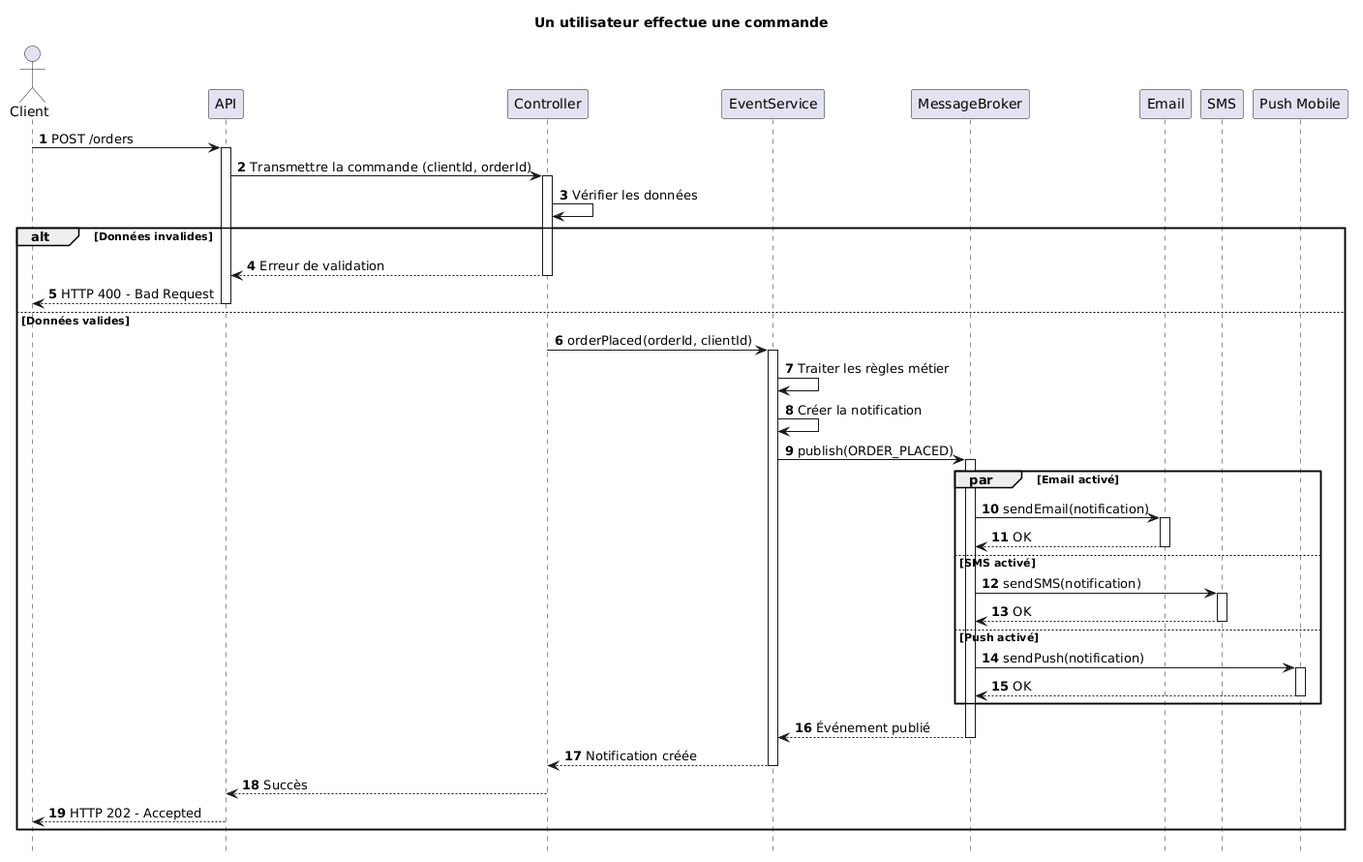
Above: exercice3/diagram/diagram_sequence_order_placed.png in erwann44540/exercice-coisi (PlantUML), before the change.
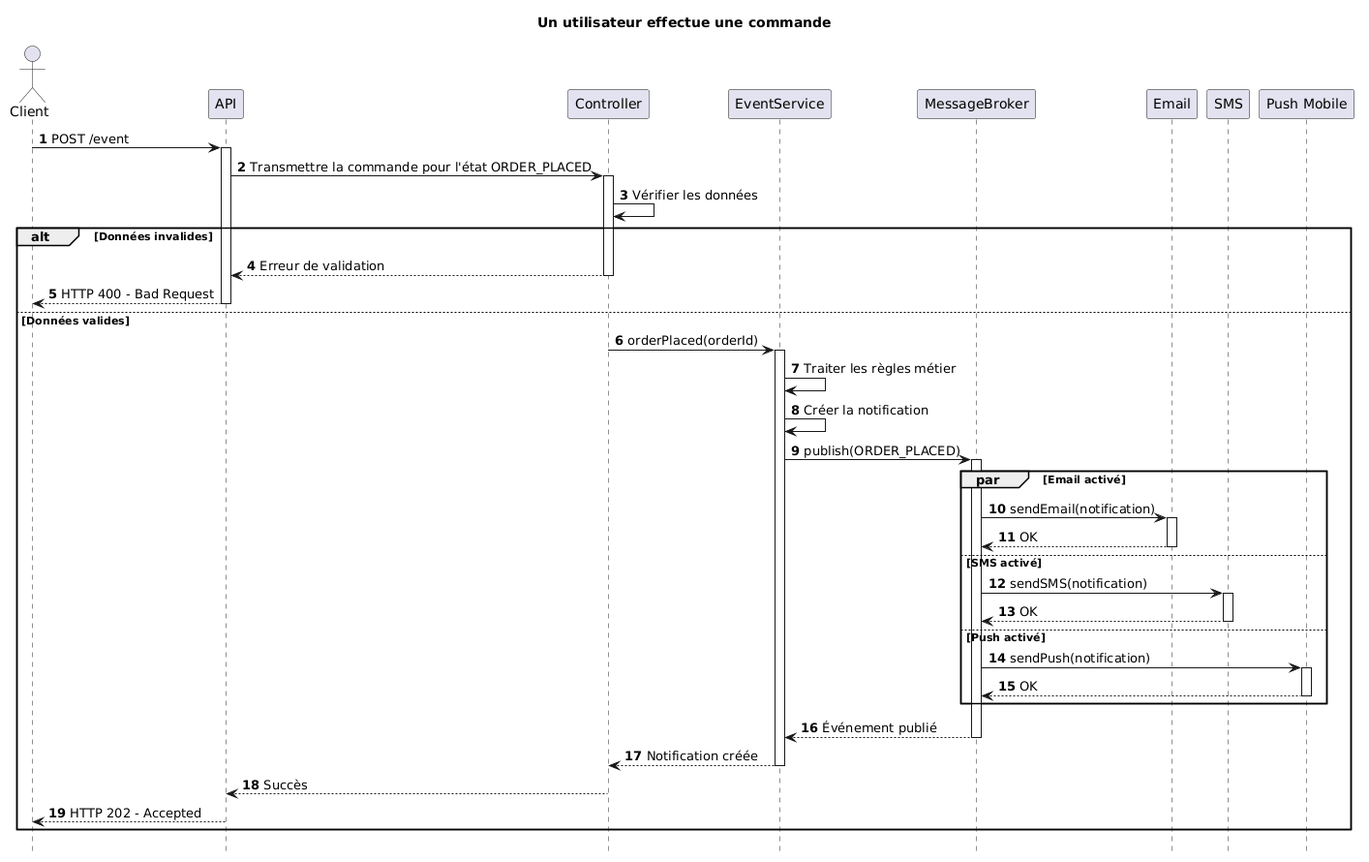
Later version of the same file.

Commit message:
doc : change sequence diagram and add this diagram in readme

Diff of the diagram source:
```diff
@@ -13,10 +13,10 @@
 participant SMS
 participant "Push Mobile" as Push
 
-Client -> API : POST /orders
+Client -> API : POST /event
 activate API
 
-API -> Controller : Transmettre la commande (clientId, orderId)
+API -> Controller : Transmettre la commande pour l'état ORDER_PLACED
 activate Controller
 
 Controller -> Controller : Vérifier les données
@@ -28,7 +28,7 @@
     deactivate API
 
 else Données valides
-    Controller -> EventService : orderPlaced(orderId, clientId)
+    Controller -> EventService : orderPlaced(orderId)
     activate EventService
 
     EventService -> EventService : Traiter les règles métier
```
